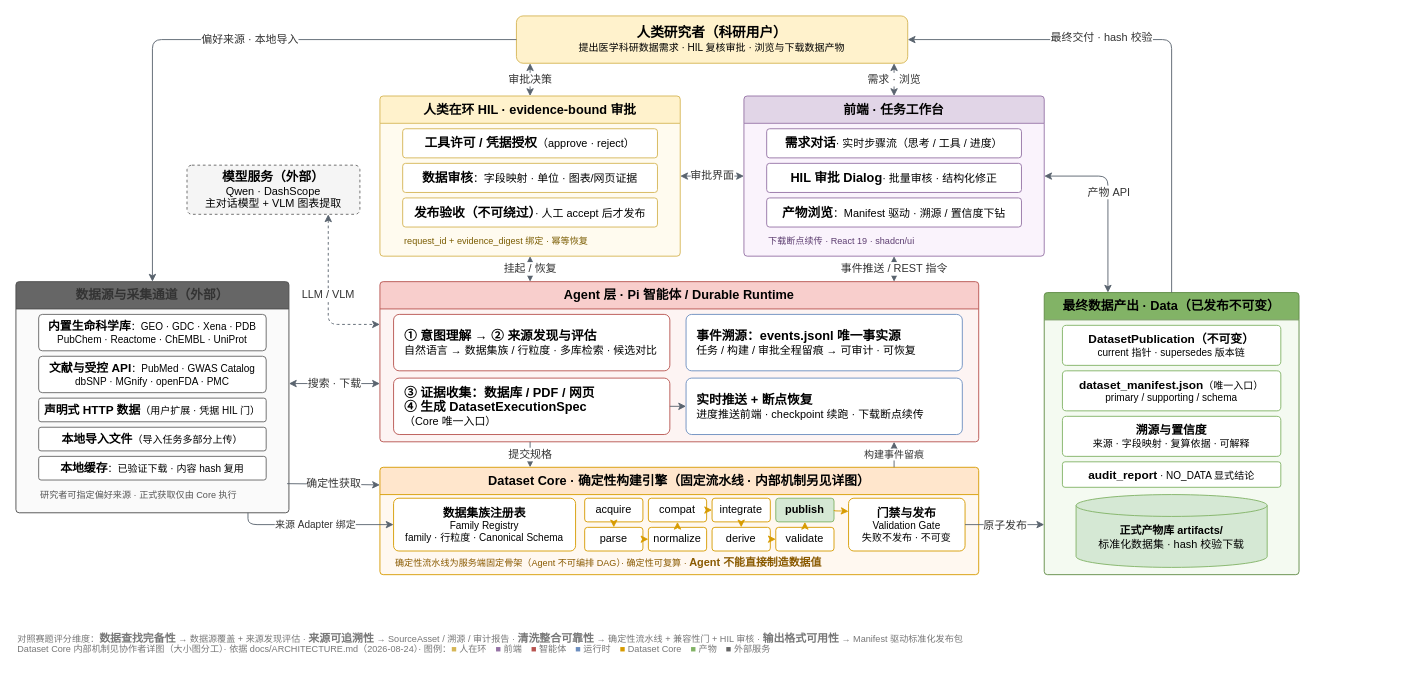
Lidozs55/BioMed-QAgent keeps this draw.io diagram as docs/architecture/biomed-qagent-main.drawio. Above is the earlier version. Source tidied: cells renumbered, new cells numbered last; positions are measured from the earlier drawing's top-left corner, leaving out a move shared by most shapes. Both pictures are drawn from the tidied source at 91%, with x=0, y=0 at pixel (15, 15).
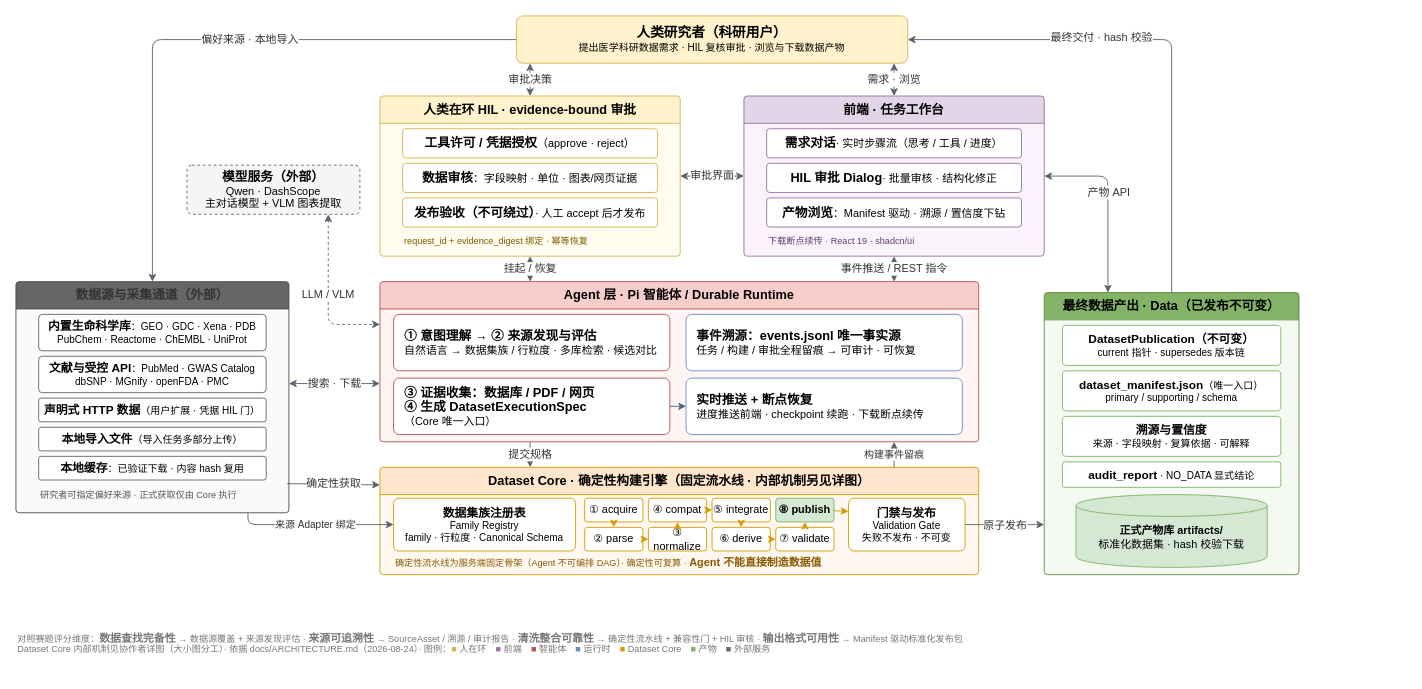
The same page after the edit.

Commit message (it also covers changes not shown here):
docs(core): unify detail diagram stage numbering with main overview

The change refers to these unchanged cells:
```xml
<mxCell id="28" value="Dataset Core · 确定性构建引擎（固定流水线 · 内部机制另见详图）" style="swimlane;startSize=30;rounded=1;arcSize=4;fontSize=14;fontStyle=1;html=1;whiteSpace=wrap;fillColor=#ffe6cc;strokeColor=#d79b00;swimlaneFillColor=#fff8f0;" parent="1" vertex="1">
  <mxGeometry x="400" y="496" width="658" height="118" as="geometry" />
</mxCell>
```

The edit, as a diff of the source:
```diff
@@
-    <mxCell id="31" value="&lt;font style=&quot;font-size: 12px;&quot;&gt;acquire&lt;/font&gt;" style="rounded=1;arcSize=12;whiteSpace=wrap;html=1;fillColor=#ffffff;strokeColor=#d79b00;fontSize=9.5;" parent="28" vertex="1">
+    <mxCell id="31" value="&lt;font style=&quot;font-size: 12px;&quot;&gt;① acquire&lt;/font&gt;" style="rounded=1;arcSize=12;whiteSpace=wrap;html=1;fillColor=#ffffff;strokeColor=#d79b00;fontSize=9.5;" parent="28" vertex="1">
       <mxGeometry x="225" y="34" width="64" height="26" as="geometry" />
     </mxCell>
-    <mxCell id="32" value="&lt;font style=&quot;font-size: 12px;&quot;&gt;parse&lt;/font&gt;" style="rounded=1;arcSize=12;whiteSpace=wrap;html=1;fillColor=#ffffff;strokeColor=#d79b00;fontSize=9.5;" parent="28" vertex="1">
+    <mxCell id="32" value="&lt;font style=&quot;font-size: 12px;&quot;&gt;② parse&lt;/font&gt;" style="rounded=1;arcSize=12;whiteSpace=wrap;html=1;fillColor=#ffffff;strokeColor=#d79b00;fontSize=9.5;" parent="28" vertex="1">
       <mxGeometry x="225" y="66" width="64" height="26" as="geometry" />
     </mxCell>
-    <mxCell id="33" value="&lt;font style=&quot;font-size: 12px;&quot;&gt;normalize&lt;/font&gt;" style="rounded=1;arcSize=12;whiteSpace=wrap;html=1;fillColor=#ffffff;strokeColor=#d79b00;fontSize=9.5;" parent="28" vertex="1">
+    <mxCell id="33" value="&lt;font style=&quot;font-size: 12px;&quot;&gt;③ normalize&lt;/font&gt;" style="rounded=1;arcSize=12;whiteSpace=wrap;html=1;fillColor=#ffffff;strokeColor=#d79b00;fontSize=9.5;" parent="28" vertex="1">
       <mxGeometry x="295" y="66" width="64" height="26" as="geometry" />
     </mxCell>
-    <mxCell id="34" value="&lt;font style=&quot;font-size: 12px;&quot;&gt;compat&lt;/font&gt;" style="rounded=1;arcSize=12;whiteSpace=wrap;html=1;fillColor=#ffffff;strokeColor=#d79b00;fontSize=9.5;" parent="28" vertex="1">
+    <mxCell id="34" value="&lt;font style=&quot;font-size: 12px;&quot;&gt;④ compat&lt;/font&gt;" style="rounded=1;arcSize=12;whiteSpace=wrap;html=1;fillColor=#ffffff;strokeColor=#d79b00;fontSize=9.5;" parent="28" vertex="1">
       <mxGeometry x="295" y="34" width="64" height="26" as="geometry" />
     </mxCell>
-    <mxCell id="35" value="&lt;font style=&quot;font-size: 12px;&quot;&gt;integrate&lt;/font&gt;" style="rounded=1;arcSize=12;whiteSpace=wrap;html=1;fillColor=#ffffff;strokeColor=#d79b00;fontSize=9.5;" parent="28" vertex="1">
+    <mxCell id="35" value="&lt;font style=&quot;font-size: 12px;&quot;&gt;⑤ integrate&lt;/font&gt;" style="rounded=1;arcSize=12;whiteSpace=wrap;html=1;fillColor=#ffffff;strokeColor=#d79b00;fontSize=9.5;" parent="28" vertex="1">
       <mxGeometry x="365" y="34" width="64" height="26" as="geometry" />
     </mxCell>
-    <mxCell id="36" value="&lt;font style=&quot;font-size: 12px;&quot;&gt;derive&lt;/font&gt;" style="rounded=1;arcSize=12;whiteSpace=wrap;html=1;fillColor=#ffffff;strokeColor=#d79b00;fontSize=9.5;" parent="28" vertex="1">
+    <mxCell id="36" value="&lt;font style=&quot;font-size: 12px;&quot;&gt;⑥ derive&lt;/font&gt;" style="rounded=1;arcSize=12;whiteSpace=wrap;html=1;fillColor=#ffffff;strokeColor=#d79b00;fontSize=9.5;" parent="28" vertex="1">
       <mxGeometry x="365" y="66" width="64" height="26" as="geometry" />
     </mxCell>
-    <mxCell id="37" value="&lt;font style=&quot;font-size: 12px;&quot;&gt;validate&lt;/font&gt;" style="rounded=1;arcSize=12;whiteSpace=wrap;html=1;fillColor=#ffffff;strokeColor=#d79b00;fontSize=9.5;" parent="28" vertex="1">
+    <mxCell id="37" value="&lt;font style=&quot;font-size: 12px;&quot;&gt;⑦ validate&lt;/font&gt;" style="rounded=1;arcSize=12;whiteSpace=wrap;html=1;fillColor=#ffffff;strokeColor=#d79b00;fontSize=9.5;" parent="28" vertex="1">
       <mxGeometry x="435" y="66" width="64" height="26" as="geometry" />
     </mxCell>
-    <mxCell id="38" value="&lt;font style=&quot;font-size: 12px;&quot;&gt;publish&lt;/font&gt;" style="rounded=1;arcSize=12;whiteSpace=wrap;html=1;fillColor=#d5e8d4;strokeColor=#82b366;fontSize=9.5;fontStyle=1;" parent="28" vertex="1">
+    <mxCell id="38" value="&lt;font style=&quot;font-size: 12px;&quot;&gt;⑧ publish&lt;/font&gt;" style="rounded=1;arcSize=12;whiteSpace=wrap;html=1;fillColor=#d5e8d4;strokeColor=#82b366;fontSize=9.5;fontStyle=1;" parent="28" vertex="1">
       <mxGeometry x="435" y="34" width="64" height="26" as="geometry" />
     </mxCell>
```
